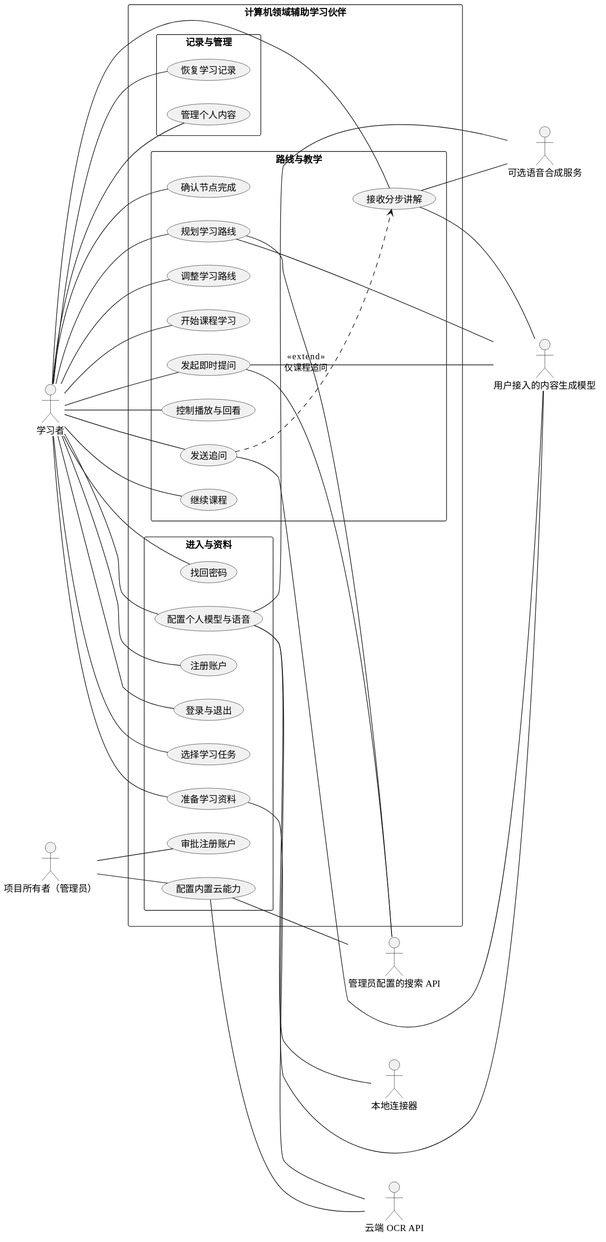
This is diagrams/learning-use-cases.svg from tranhaianh20571-droid/computer-learning-assistant, a PlantUML export, as it was before one commit. Source of this version:
```plantuml
@startuml
left to right direction
skinparam defaultFontName Microsoft YaHei
skinparam shadowing false
skinparam packageStyle rectangle
actor "学习者" as Student
actor "项目所有者（管理员）" as Admin
actor "用户接入的内容生成模型" as Model
actor "可选语音合成服务" as TTS
actor "云端 OCR API" as CloudOCR
actor "管理员配置的搜索 API" as Search
actor "本地连接器" as Connector
rectangle "计算机领域辅助学习伙伴" {
  package "进入与资料" {
    usecase "注册账户" as UC01
    usecase "登录与退出" as UC02
    usecase "选择学习任务" as UC03
    usecase "准备学习资料" as UC04
    usecase "审批注册账户" as UC16
    usecase "找回密码" as UC17
    usecase "配置个人模型与语音" as UC18
    usecase "配置内置云能力" as UC19
  }
  package "路线与教学" {
    usecase "规划学习路线" as UC05
    usecase "调整学习路线" as UC06
    usecase "开始课程学习" as UC07
    usecase "发起即时提问" as UC08
    usecase "接收分步讲解" as UC09
    usecase "控制播放与回看" as UC10
    usecase "发送追问" as UC11
    usecase "继续课程" as UC12
    usecase "确认节点完成" as UC13
  }
  package "记录与管理" {
    usecase "恢复学习记录" as UC14
    usecase "管理个人内容" as UC15
  }
}
Student -- UC01
Student -- UC02
Student -- UC17
Student -- UC18
Admin -- UC16
Admin -- UC19
Student -- UC03
Student -- UC04
Student -- UC05
Student -- UC06
Student -- UC07
Student -- UC08
Student -- UC09
Student -- UC10
Student -- UC11
Student -- UC12
Student -- UC13
Student -- UC14
Student -- UC15
UC04 -- CloudOCR
UC05 -- Search
UC08 -- Search
UC05 -- Model
UC08 -- Model
UC09 -- Model
UC11 -- Model
UC09 -- TTS
UC18 -- Model
UC18 -- TTS
UC18 -- Connector
UC19 -- CloudOCR
UC19 -- Search
UC11 ..> UC09 : <<extend>>\n仅课程追问
@enduml
```
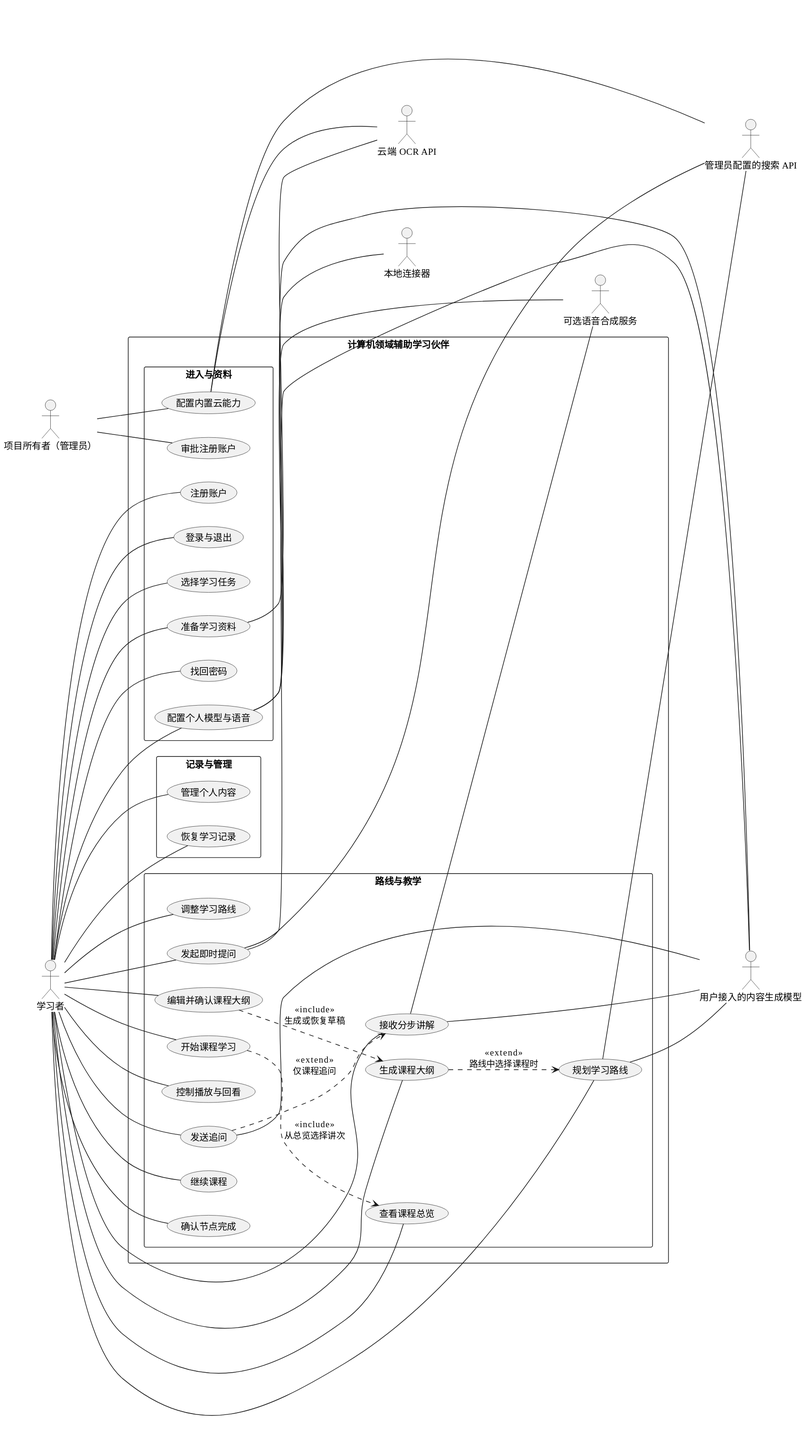
The same diagram one commit later.

Change to the diagram source:
```diff
@@ -24,6 +24,9 @@
   package "路线与教学" {
     usecase "规划学习路线" as UC05
     usecase "调整学习路线" as UC06
+    usecase "生成课程大纲" as UC20
+    usecase "编辑并确认课程大纲" as UC21
+    usecase "查看课程总览" as UC22
     usecase "开始课程学习" as UC07
     usecase "发起即时提问" as UC08
     usecase "接收分步讲解" as UC09
@@ -47,6 +50,9 @@
 Student -- UC04
 Student -- UC05
 Student -- UC06
+Student -- UC20
+Student -- UC21
+Student -- UC22
 Student -- UC07
 Student -- UC08
 Student -- UC09
@@ -70,4 +76,7 @@
 UC19 -- CloudOCR
 UC19 -- Search
 UC11 ..> UC09 : <<extend>>\n仅课程追问
+UC20 ..> UC05 : <<extend>>\n路线中选择课程时
+UC21 ..> UC20 : <<include>>\n生成或恢复草稿
+UC07 ..> UC22 : <<include>>\n从总览选择讲次
 @enduml
```
